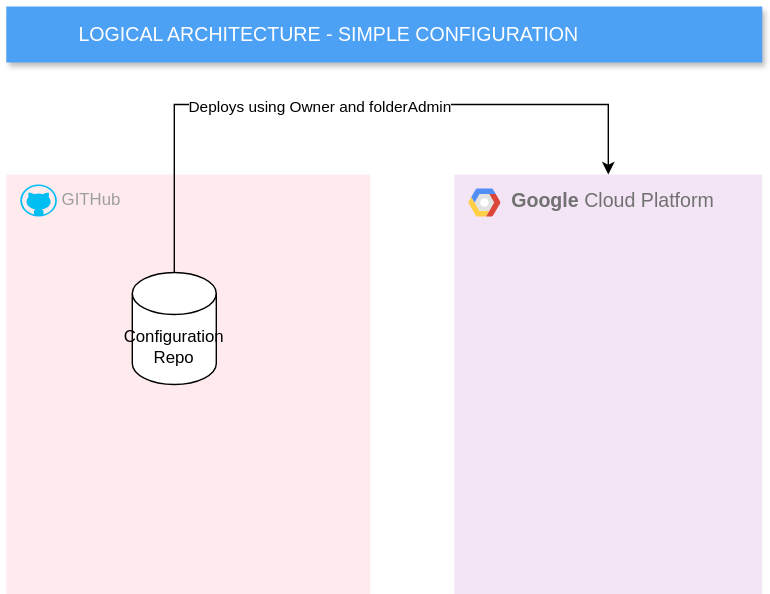
Before: diagrams/LA_Simple.svg, a diagram exported from draw.io (graham-fletcher-athome-org/Taca). Source tidied: cells renumbered, new cells last; positions are measured from the earlier drawing's top-left corner, leaving out a move shared by most shapes. Its diagram source:
```xml
<mxGraphModel>
  <root>
    <mxCell id="0" />
    <mxCell id="1" parent="0" />
    <mxCell id="2" value="&lt;b style=&quot;text-wrap-mode: nowrap; font-size: 14px; color: rgb(113, 113, 113);&quot;&gt;&lt;span style=&quot;white-space-collapse: preserve;&quot;&gt;&#9;&lt;/span&gt;Google&amp;nbsp;&lt;/b&gt;&lt;span style=&quot;text-wrap-mode: nowrap; font-size: 14px; color: rgb(113, 113, 113);&quot;&gt;Cloud Platform&lt;/span&gt;&lt;span style=&quot;color: rgba(0, 0, 0, 0); font-family: monospace; font-size: 0px; text-wrap-mode: nowrap;&quot;&gt;%3CmxGraphModel%3E%3Croot%3E%3CmxCell%20id%3D%220%22%2F%3E%3CmxCell%20id%3D%221%22%20parent%3D%220%22%2F%3E%3CmxCell%20id%3D%222%22%20value%3D%22%22%20style%3D%22shape%3Dmxgraph.gcp2.google_cloud_platform%3BfillColor%3D%23F6F6F6%3BstrokeColor%3Dnone%3Bshadow%3D0%3BgradientColor%3Dnone%3B%22%20vertex%3D%221%22%20parent%3D%221%22%3E%3CmxGeometry%20x%3D%22-1894%22%20y%3D%2290%22%20width%3D%2223%22%20height%3D%2220%22%20as%3D%22geometry%22%2F%3E%3C%2FmxCell%3E%3C%2Froot%3E%3C%2FmxGraphModel%3E&lt;/span&gt;" style="sketch=0;points=[[0,0,0],[0.25,0,0],[0.5,0,0],[0.75,0,0],[1,0,0],[1,0.25,0],[1,0.5,0],[1,0.75,0],[1,1,0],[0.75,1,0],[0.5,1,0],[0.25,1,0],[0,1,0],[0,0.75,0],[0,0.5,0],[0,0.25,0]];rounded=1;absoluteArcSize=1;arcSize=2;html=1;strokeColor=none;gradientColor=none;shadow=0;dashed=0;fontSize=12;fontColor=#9E9E9E;align=left;verticalAlign=top;spacing=10;spacingTop=-4;whiteSpace=wrap;fillColor=#F3E5F5;" parent="1" vertex="1">
      <mxGeometry x="320" y="120" width="220" height="300" as="geometry" />
    </mxCell>
    <mxCell id="3" value="&lt;span style=&quot;white-space: pre;&quot;&gt;&#9;&lt;/span&gt;&amp;nbsp;GITHub" style="sketch=0;rounded=1;absoluteArcSize=1;arcSize=2;html=1;strokeColor=none;gradientColor=none;shadow=0;dashed=0;fontSize=12;fontColor=#9E9E9E;align=left;verticalAlign=top;spacing=10;spacingTop=-4;whiteSpace=wrap;fillColor=#FFEBEE;" parent="1" vertex="1">
      <mxGeometry y="120" width="260" height="300" as="geometry" />
    </mxCell>
    <mxCell id="4" value="Configuration Repo" style="shape=cylinder3;whiteSpace=wrap;html=1;boundedLbl=1;backgroundOutline=1;size=15;" parent="1" vertex="1">
      <mxGeometry x="90" y="190" width="60" height="80" as="geometry" />
    </mxCell>
    <mxCell id="5" style="edgeStyle=elbowEdgeStyle;rounded=0;jettySize=auto;elbow=vertical;html=1;exitX=0.5;exitY=0;exitDx=0;exitDy=0;exitPerimeter=0;entryX=0.5;entryY=0;entryDx=0;entryDy=0;entryPerimeter=0;" parent="1" edge="1" source="4" target="2">
      <mxGeometry relative="1" as="geometry">
        <Array as="points">
          <mxPoint x="280" y="70" />
        </Array>
      </mxGeometry>
    </mxCell>
    <mxCell id="6" value="Deploys using Owner and folderAdmin" style="edgeLabel;html=1;align=center;verticalAlign=middle;" parent="5" vertex="1">
      <mxGeometry x="-0.07" y="-1" relative="1" as="geometry" />
    </mxCell>
    <mxCell id="7" style="shape=mxgraph.gcp2.google_cloud_platform;fillColor=#F6F6F6;strokeColor=none;shadow=0;gradientColor=none;" parent="1" vertex="1">
      <mxGeometry x="330" y="130" width="23" height="20" as="geometry" />
    </mxCell>
    <mxCell id="8" value="&lt;div&gt;&lt;br&gt;&lt;/div&gt;" style="verticalLabelPosition=bottom;html=1;verticalAlign=top;align=center;strokeColor=none;fillColor=#00BEF2;shape=mxgraph.azure.github_code;" parent="1" vertex="1">
      <mxGeometry x="10" y="127.1" width="26.1" height="22.9" as="geometry" />
    </mxCell>
    <mxCell id="9" value="LOGICAL ARCHITECTURE - SIMPLE CONFIGURATION" style="fillColor=#4DA1F5;strokeColor=none;shadow=1;gradientColor=none;fontSize=14;align=left;spacingLeft=50;fontColor=#ffffff;whiteSpace=wrap;html=1;" parent="1" vertex="1">
      <mxGeometry width="540" height="40" as="geometry" />
    </mxCell>
  </root>
</mxGraphModel>
```
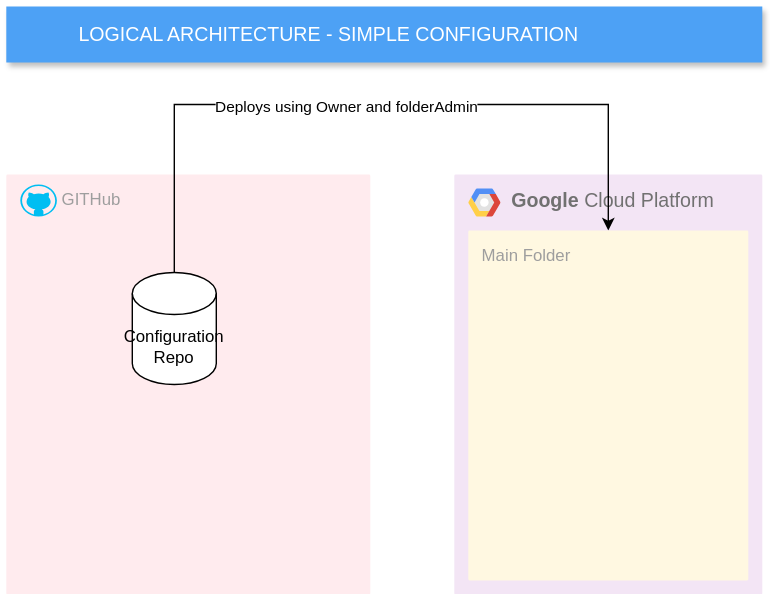
The same diagram one commit later.

The edit, as a diff of the source:
```diff
@@ -11,7 +11,7 @@
     <mxCell id="4" value="Configuration Repo" style="shape=cylinder3;whiteSpace=wrap;html=1;boundedLbl=1;backgroundOutline=1;size=15;" parent="1" vertex="1">
       <mxGeometry x="90" y="190" width="60" height="80" as="geometry" />
     </mxCell>
-    <mxCell id="5" style="edgeStyle=elbowEdgeStyle;rounded=0;jettySize=auto;elbow=vertical;html=1;exitX=0.5;exitY=0;exitDx=0;exitDy=0;exitPerimeter=0;entryX=0.5;entryY=0;entryDx=0;entryDy=0;entryPerimeter=0;" parent="1" edge="1" source="4" target="2">
+    <mxCell id="5" style="edgeStyle=elbowEdgeStyle;rounded=0;jettySize=auto;elbow=vertical;html=1;exitX=0.5;exitY=0;exitDx=0;exitDy=0;exitPerimeter=0;entryX=0.5;entryY=0;entryDx=0;entryDy=0;entryPerimeter=0;" parent="1" edge="1" source="4" target="10">
       <mxGeometry relative="1" as="geometry">
         <Array as="points">
           <mxPoint x="280" y="70" />
@@ -30,5 +30,8 @@
     <mxCell id="9" value="LOGICAL ARCHITECTURE - SIMPLE CONFIGURATION" style="fillColor=#4DA1F5;strokeColor=none;shadow=1;gradientColor=none;fontSize=14;align=left;spacingLeft=50;fontColor=#ffffff;whiteSpace=wrap;html=1;" parent="1" vertex="1">
       <mxGeometry width="540" height="40" as="geometry" />
     </mxCell>
+    <mxCell id="10" value="Main Folder" style="sketch=0;points=[[0,0,0],[0.25,0,0],[0.5,0,0],[0.75,0,0],[1,0,0],[1,0.25,0],[1,0.5,0],[1,0.75,0],[1,1,0],[0.75,1,0],[0.5,1,0],[0.25,1,0],[0,1,0],[0,0.75,0],[0,0.5,0],[0,0.25,0]];rounded=1;absoluteArcSize=1;arcSize=2;html=1;strokeColor=none;gradientColor=none;shadow=0;dashed=0;fontSize=12;fontColor=#9E9E9E;align=left;verticalAlign=top;spacing=10;spacingTop=-4;whiteSpace=wrap;fillColor=#FFF8E1;" parent="1" vertex="1">
+      <mxGeometry x="330" y="160" width="200" height="250" as="geometry" />
+    </mxCell>
   </root>
 </mxGraphModel>
```
